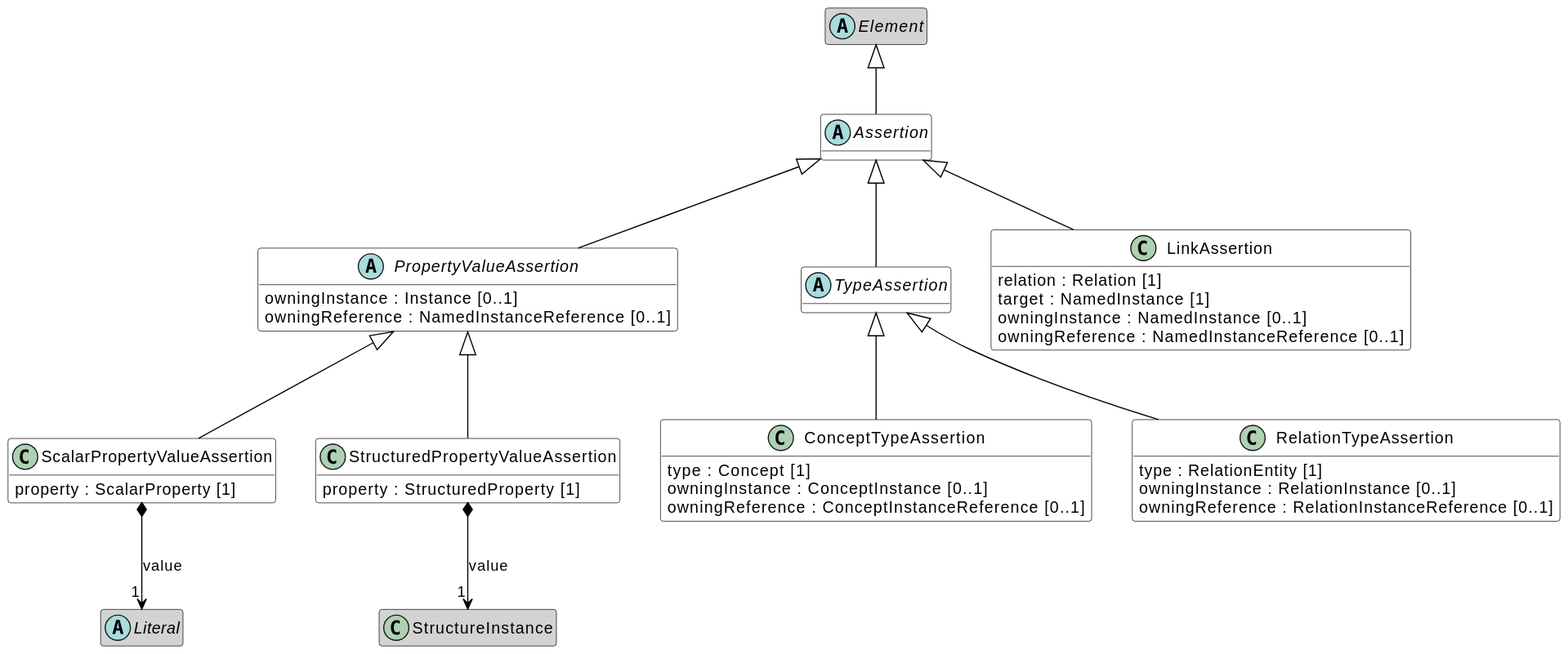
The PlantUML diagram images/oml-Assertions.svg in opencaesar/oml, before a commit.
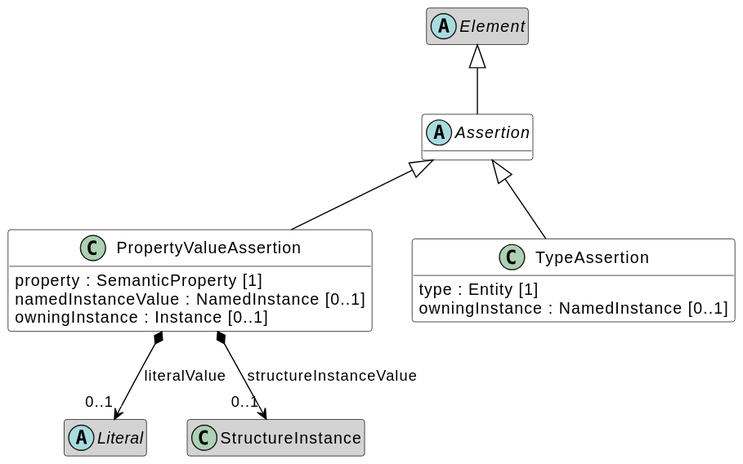
The same file after the commit.

Diff of the diagram source:
```diff
@@ -9,45 +9,21 @@
 abstract class Element [[#Element]]
 hide Element members
 Assertion -up-|> Element [[#Element]]
-class ConceptTypeAssertion [[#ConceptTypeAssertion]] #white {
-	type : Concept [1]
-	owningInstance : ConceptInstance [0..1]
-	owningReference : ConceptInstanceReference [0..1]
-}
-ConceptTypeAssertion -up-|> TypeAssertion [[#TypeAssertion]]
-class LinkAssertion [[#LinkAssertion]] #white {
-	relation : Relation [1]
-	target : NamedInstance [1]
-	owningInstance : NamedInstance [0..1]
-	owningReference : NamedInstanceReference [0..1]
-}
-LinkAssertion -up-|> Assertion [[#Assertion]]
-abstract class PropertyValueAssertion [[#PropertyValueAssertion]] #white {
+class PropertyValueAssertion [[#PropertyValueAssertion]] #white {
+	property : SemanticProperty [1]
+	namedInstanceValue : NamedInstance [0..1]
 	owningInstance : Instance [0..1]
-	owningReference : NamedInstanceReference [0..1]
-}
-PropertyValueAssertion -up-|> Assertion [[#Assertion]]
-class RelationTypeAssertion [[#RelationTypeAssertion]] #white {
-	type : RelationEntity [1]
-	owningInstance : RelationInstance [0..1]
-	owningReference : RelationInstanceReference [0..1]
-}
-RelationTypeAssertion -up-|> TypeAssertion [[#TypeAssertion]]
-class ScalarPropertyValueAssertion [[#ScalarPropertyValueAssertion]] #white {
-	property : ScalarProperty [1]
 }
 abstract class Literal [[#Literal]]
 hide Literal members
-ScalarPropertyValueAssertion -up-|> PropertyValueAssertion [[#PropertyValueAssertion]]
-ScalarPropertyValueAssertion *--> "1" Literal : value
-class StructuredPropertyValueAssertion [[#StructuredPropertyValueAssertion]] #white {
-	property : StructuredProperty [1]
-}
 class StructureInstance [[#StructureInstance]]
 hide StructureInstance members
-StructuredPropertyValueAssertion -up-|> PropertyValueAssertion [[#PropertyValueAssertion]]
-StructuredPropertyValueAssertion *--> "1" StructureInstance : value
-abstract class TypeAssertion [[#TypeAssertion]] #white {
+PropertyValueAssertion -up-|> Assertion [[#Assertion]]
+PropertyValueAssertion *--> "0..1" Literal : literalValue
+PropertyValueAssertion *--> "0..1" StructureInstance : structureInstanceValue
+class TypeAssertion [[#TypeAssertion]] #white {
+	type : Entity [1]
+	owningInstance : NamedInstance [0..1]
 }
 TypeAssertion -up-|> Assertion [[#Assertion]]
 @enduml
```
